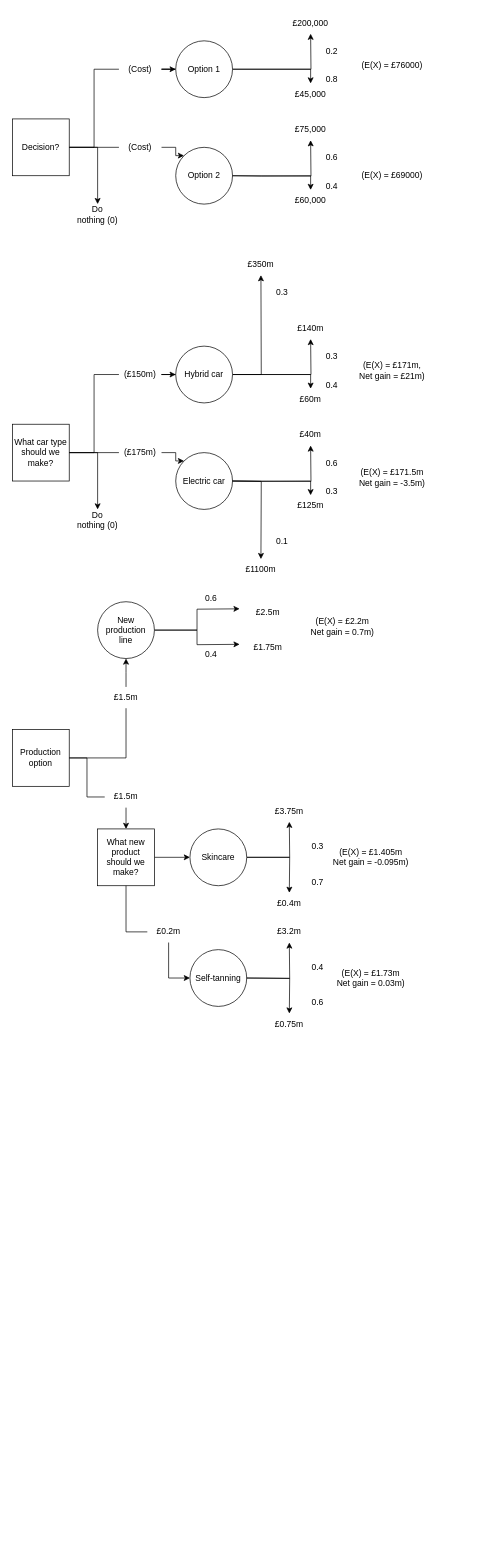
Earlier version of the draw.io diagram Decision trees.drawio (Minion3665/Wiki). Source tidied: cells renumbered, new cells numbered last; positions are measured from the earlier drawing's top-left corner, leaving out a move shared by most shapes. Both pictures are drawn from the tidied source at 71%, with x=0, y=0 at pixel (12, 12).
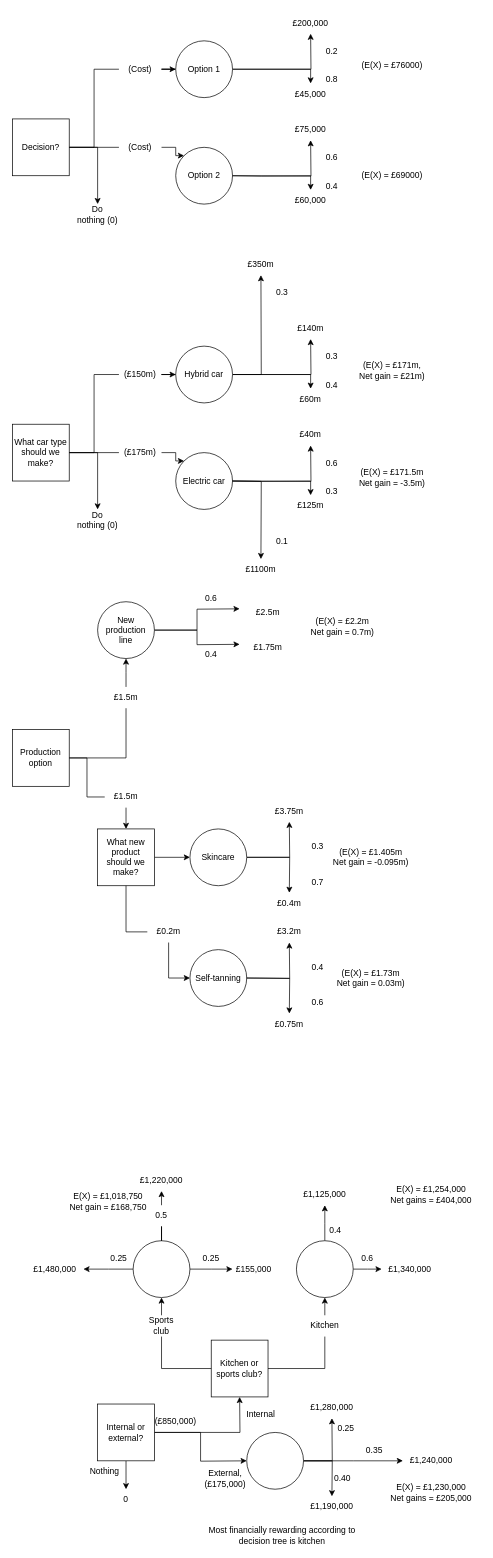
Above is the later version.

Change to the diagram source:
```diff
@@
+    <mxCell id="94" style="edgeStyle=orthogonalEdgeStyle;rounded=0;jettySize=auto;html=1;" parent="1" edge="1" source="97">
+      <mxGeometry relative="1" as="geometry">
+        <mxPoint x="320" y="1950" as="targetPoint" />
+      </mxGeometry>
+    </mxCell>
+    <mxCell id="95" style="edgeStyle=orthogonalEdgeStyle;rounded=0;jettySize=auto;html=1;" parent="1" edge="1" source="97">
+      <mxGeometry relative="1" as="geometry">
+        <mxPoint x="330" y="2040" as="targetPoint" />
+      </mxGeometry>
+    </mxCell>
+    <mxCell id="96" style="edgeStyle=orthogonalEdgeStyle;rounded=0;jettySize=auto;html=1;" parent="1" edge="1" source="97">
+      <mxGeometry relative="1" as="geometry">
+        <mxPoint x="160" y="2080" as="targetPoint" />
+      </mxGeometry>
+    </mxCell>
+    <mxCell id="97" value="Internal or external?" style="whiteSpace=wrap;html=1;" parent="1" vertex="1">
+      <mxGeometry x="120" y="1960" width="80" height="80" as="geometry" />
+    </mxCell>
+    <mxCell id="98" value="0" style="text;html=1;strokeColor=none;fillColor=none;align=center;verticalAlign=middle;whiteSpace=wrap;rounded=0;" parent="1" vertex="1">
+      <mxGeometry x="130" y="2080" width="60" height="30" as="geometry" />
+    </mxCell>
+    <mxCell id="99" value="Nothing" style="text;html=1;strokeColor=none;fillColor=none;align=center;verticalAlign=middle;whiteSpace=wrap;rounded=0;" parent="1" vertex="1">
+      <mxGeometry x="100" y="2040" width="60" height="30" as="geometry" />
+    </mxCell>
+    <mxCell id="100" value="External, (£175,000)" style="text;html=1;strokeColor=none;fillColor=none;align=center;verticalAlign=middle;whiteSpace=wrap;rounded=0;" parent="1" vertex="1">
+      <mxGeometry x="270" y="2050" width="60" height="30" as="geometry" />
+    </mxCell>
+    <mxCell id="101" value="&lt;div style=&quot;&quot;&gt;&lt;span style=&quot;background-color: initial;&quot;&gt;Internal&lt;/span&gt;&lt;/div&gt;" style="text;html=1;strokeColor=none;fillColor=none;align=center;verticalAlign=middle;whiteSpace=wrap;rounded=0;" parent="1" vertex="1">
+      <mxGeometry x="320" y="1960" width="60" height="30" as="geometry" />
+    </mxCell>
+    <mxCell id="102" value="(£850,000)" style="text;html=1;strokeColor=none;fillColor=none;align=center;verticalAlign=middle;whiteSpace=wrap;rounded=0;" parent="1" vertex="1">
+      <mxGeometry x="200" y="1970" width="60" height="30" as="geometry" />
+    </mxCell>
+    <mxCell id="103" style="edgeStyle=orthogonalEdgeStyle;rounded=0;jettySize=auto;html=1;" parent="1" edge="1" source="106">
+      <mxGeometry relative="1" as="geometry">
+        <mxPoint x="450" y="1980" as="targetPoint" />
+      </mxGeometry>
+    </mxCell>
+    <mxCell id="104" style="edgeStyle=orthogonalEdgeStyle;rounded=0;jettySize=auto;html=1;" parent="1" edge="1" source="106">
+      <mxGeometry relative="1" as="geometry">
+        <mxPoint x="550" y="2040" as="targetPoint" />
+      </mxGeometry>
+    </mxCell>
+    <mxCell id="105" style="edgeStyle=orthogonalEdgeStyle;rounded=0;jettySize=auto;html=1;" parent="1" edge="1" source="106">
+      <mxGeometry relative="1" as="geometry">
+        <mxPoint x="450" y="2090" as="targetPoint" />
+      </mxGeometry>
+    </mxCell>
+    <mxCell id="106" style="ellipse;whiteSpace=wrap;html=1;" parent="1" vertex="1">
+      <mxGeometry x="330" y="2000" width="80" height="80" as="geometry" />
+    </mxCell>
+    <mxCell id="107" value="0.25" style="text;html=1;strokeColor=none;fillColor=none;align=center;verticalAlign=middle;whiteSpace=wrap;rounded=0;" parent="1" vertex="1">
+      <mxGeometry x="440" y="1980" width="60" height="30" as="geometry" />
+    </mxCell>
+    <mxCell id="108" value="£1,280,000" style="text;html=1;strokeColor=none;fillColor=none;align=center;verticalAlign=middle;whiteSpace=wrap;rounded=0;" parent="1" vertex="1">
+      <mxGeometry x="420" y="1950" width="60" height="30" as="geometry" />
+    </mxCell>
+    <mxCell id="109" value="0.35" style="text;html=1;strokeColor=none;fillColor=none;align=center;verticalAlign=middle;whiteSpace=wrap;rounded=0;" parent="1" vertex="1">
+      <mxGeometry x="480" y="2010" width="60" height="30" as="geometry" />
+    </mxCell>
+    <mxCell id="110" value="£1,240,000" style="text;html=1;strokeColor=none;fillColor=none;align=center;verticalAlign=middle;whiteSpace=wrap;rounded=0;" parent="1" vertex="1">
+      <mxGeometry x="560" y="2025" width="60" height="30" as="geometry" />
+    </mxCell>
+    <mxCell id="111" value="0.40" style="text;html=1;strokeColor=none;fillColor=none;align=center;verticalAlign=middle;whiteSpace=wrap;rounded=0;" parent="1" vertex="1">
+      <mxGeometry x="435" y="2050" width="60" height="30" as="geometry" />
+    </mxCell>
+    <mxCell id="112" value="£1,190,000" style="text;html=1;strokeColor=none;fillColor=none;align=center;verticalAlign=middle;whiteSpace=wrap;rounded=0;" parent="1" vertex="1">
+      <mxGeometry x="420" y="2090" width="60" height="30" as="geometry" />
+    </mxCell>
+    <mxCell id="113" value="E(X) = £1,230,000&lt;br&gt;Net gains = £205,000" style="text;html=1;strokeColor=none;fillColor=none;align=center;verticalAlign=middle;whiteSpace=wrap;rounded=0;" parent="1" vertex="1">
+      <mxGeometry x="530" y="2070" width="120" height="30" as="geometry" />
+    </mxCell>
+    <mxCell id="114" style="edgeStyle=orthogonalEdgeStyle;rounded=0;jettySize=auto;html=1;startArrow=none;" parent="1" edge="1" source="117">
+      <mxGeometry relative="1" as="geometry">
+        <mxPoint x="440" y="1810" as="targetPoint" />
+      </mxGeometry>
+    </mxCell>
+    <mxCell id="115" style="edgeStyle=orthogonalEdgeStyle;rounded=0;jettySize=auto;html=1;startArrow=none;" parent="1" edge="1" source="119">
+      <mxGeometry relative="1" as="geometry">
+        <mxPoint x="210" y="1810" as="targetPoint" />
+      </mxGeometry>
+    </mxCell>
+    <mxCell id="116" value="Kitchen or sports club?" style="whiteSpace=wrap;html=1;" parent="1" vertex="1">
+      <mxGeometry x="280" y="1870" width="80" height="80" as="geometry" />
+    </mxCell>
+    <mxCell id="117" value="Kitchen" style="text;html=1;strokeColor=none;fillColor=none;align=center;verticalAlign=middle;whiteSpace=wrap;rounded=0;" parent="1" vertex="1">
+      <mxGeometry x="410" y="1835" width="60" height="30" as="geometry" />
+    </mxCell>
+    <mxCell id="118" style="edgeStyle=orthogonalEdgeStyle;rounded=0;jettySize=auto;html=1;endArrow=none;" parent="1" edge="1" source="116" target="117">
+      <mxGeometry relative="1" as="geometry" />
+    </mxCell>
+    <mxCell id="119" value="Sports club" style="text;html=1;strokeColor=none;fillColor=none;align=center;verticalAlign=middle;whiteSpace=wrap;rounded=0;" parent="1" vertex="1">
+      <mxGeometry x="180" y="1835" width="60" height="30" as="geometry" />
+    </mxCell>
+    <mxCell id="120" style="edgeStyle=orthogonalEdgeStyle;rounded=0;jettySize=auto;html=1;endArrow=none;" parent="1" edge="1" source="116" target="119">
+      <mxGeometry relative="1" as="geometry" />
+    </mxCell>
+    <mxCell id="121" style="edgeStyle=orthogonalEdgeStyle;rounded=0;jettySize=auto;html=1;" parent="1" edge="1" source="123">
+      <mxGeometry relative="1" as="geometry">
+        <mxPoint x="520" y="1770" as="targetPoint" />
+      </mxGeometry>
+    </mxCell>
+    <mxCell id="122" style="edgeStyle=orthogonalEdgeStyle;rounded=0;jettySize=auto;html=1;" parent="1" edge="1" source="123">
+      <mxGeometry relative="1" as="geometry">
+        <mxPoint x="440" y="1680" as="targetPoint" />
+      </mxGeometry>
+    </mxCell>
+    <mxCell id="123" style="ellipse;whiteSpace=wrap;html=1;" parent="1" vertex="1">
+      <mxGeometry x="400" y="1730" width="80" height="80" as="geometry" />
+    </mxCell>
+    <mxCell id="124" value="£1,340,000" style="text;html=1;strokeColor=none;fillColor=none;align=center;verticalAlign=middle;whiteSpace=wrap;rounded=0;" parent="1" vertex="1">
+      <mxGeometry x="530" y="1755" width="60" height="30" as="geometry" />
+    </mxCell>
+    <mxCell id="125" value="0.6" style="text;html=1;strokeColor=none;fillColor=none;align=center;verticalAlign=middle;whiteSpace=wrap;rounded=0;" parent="1" vertex="1">
+      <mxGeometry x="470" y="1740" width="60" height="30" as="geometry" />
+    </mxCell>
+    <mxCell id="126" value="0.4" style="text;html=1;strokeColor=none;fillColor=none;align=center;verticalAlign=middle;whiteSpace=wrap;rounded=0;" parent="1" vertex="1">
+      <mxGeometry x="440" y="1700" width="30" height="30" as="geometry" />
+    </mxCell>
+    <mxCell id="127" value="£1,125,000" style="text;html=1;strokeColor=none;fillColor=none;align=center;verticalAlign=middle;whiteSpace=wrap;rounded=0;" parent="1" vertex="1">
+      <mxGeometry x="410" y="1650" width="60" height="30" as="geometry" />
+    </mxCell>
+    <mxCell id="128" value="E(X) = £1,254,000&lt;br&gt;Net gains = £404,000" style="text;html=1;strokeColor=none;fillColor=none;align=center;verticalAlign=middle;whiteSpace=wrap;rounded=0;" parent="1" vertex="1">
+      <mxGeometry x="520" y="1650" width="140" height="30" as="geometry" />
+    </mxCell>
+    <mxCell id="129" style="edgeStyle=orthogonalEdgeStyle;rounded=0;jettySize=auto;html=1;startArrow=none;" parent="1" edge="1" source="135">
+      <mxGeometry relative="1" as="geometry">
+        <mxPoint x="210" y="1660" as="targetPoint" />
+      </mxGeometry>
+    </mxCell>
+    <mxCell id="130" style="edgeStyle=orthogonalEdgeStyle;rounded=0;jettySize=auto;html=1;" parent="1" edge="1" source="132">
+      <mxGeometry relative="1" as="geometry">
+        <mxPoint x="310" y="1770" as="targetPoint" />
+      </mxGeometry>
+    </mxCell>
+    <mxCell id="131" style="edgeStyle=orthogonalEdgeStyle;rounded=0;jettySize=auto;html=1;" parent="1" edge="1" source="132">
+      <mxGeometry relative="1" as="geometry">
+        <mxPoint x="100" y="1770" as="targetPoint" />
+      </mxGeometry>
+    </mxCell>
+    <mxCell id="132" style="ellipse;whiteSpace=wrap;html=1;" parent="1" vertex="1">
+      <mxGeometry x="170" y="1730" width="80" height="80" as="geometry" />
+    </mxCell>
+    <mxCell id="133" value="0.25" style="text;html=1;strokeColor=none;fillColor=none;align=center;verticalAlign=middle;whiteSpace=wrap;rounded=0;" parent="1" vertex="1">
+      <mxGeometry x="250" y="1740" width="60" height="30" as="geometry" />
+    </mxCell>
+    <mxCell id="134" value="0.25" style="text;html=1;strokeColor=none;fillColor=none;align=center;verticalAlign=middle;whiteSpace=wrap;rounded=0;" parent="1" vertex="1">
+      <mxGeometry x="120" y="1740" width="60" height="30" as="geometry" />
+    </mxCell>
+    <mxCell id="135" value="0.5" style="text;html=1;strokeColor=none;fillColor=none;align=center;verticalAlign=middle;whiteSpace=wrap;rounded=0;" parent="1" vertex="1">
+      <mxGeometry x="180" y="1680" width="60" height="30" as="geometry" />
+    </mxCell>
+    <mxCell id="136" style="edgeStyle=orthogonalEdgeStyle;rounded=0;jettySize=auto;html=1;endArrow=none;" parent="1" edge="1" source="132" target="135">
+      <mxGeometry relative="1" as="geometry" />
+    </mxCell>
+    <mxCell id="137" value="£155,000" style="text;html=1;strokeColor=none;fillColor=none;align=center;verticalAlign=middle;whiteSpace=wrap;rounded=0;" parent="1" vertex="1">
+      <mxGeometry x="310" y="1755" width="60" height="30" as="geometry" />
+    </mxCell>
+    <mxCell id="138" value="£1,220,000" style="text;html=1;strokeColor=none;fillColor=none;align=center;verticalAlign=middle;whiteSpace=wrap;rounded=0;" parent="1" vertex="1">
+      <mxGeometry x="180" y="1630" width="60" height="30" as="geometry" />
+    </mxCell>
+    <mxCell id="139" value="£1,480,000" style="text;html=1;strokeColor=none;fillColor=none;align=center;verticalAlign=middle;whiteSpace=wrap;rounded=0;" parent="1" vertex="1">
+      <mxGeometry x="30" y="1755" width="60" height="30" as="geometry" />
+    </mxCell>
+    <mxCell id="140" value="E(X) = £1,018,750&lt;br&gt;Net gain = £168,750" style="text;html=1;strokeColor=none;fillColor=none;align=center;verticalAlign=middle;whiteSpace=wrap;rounded=0;" parent="1" vertex="1">
+      <mxGeometry x="70" y="1660" width="130" height="30" as="geometry" />
+    </mxCell>
+    <mxCell id="141" value="Most financially rewarding according to decision tree is kitchen" style="text;html=1;strokeColor=none;fillColor=none;align=center;verticalAlign=middle;whiteSpace=wrap;rounded=0;" parent="1" vertex="1">
+      <mxGeometry x="270" y="2130" width="220" height="30" as="geometry" />
+    </mxCell>
```
